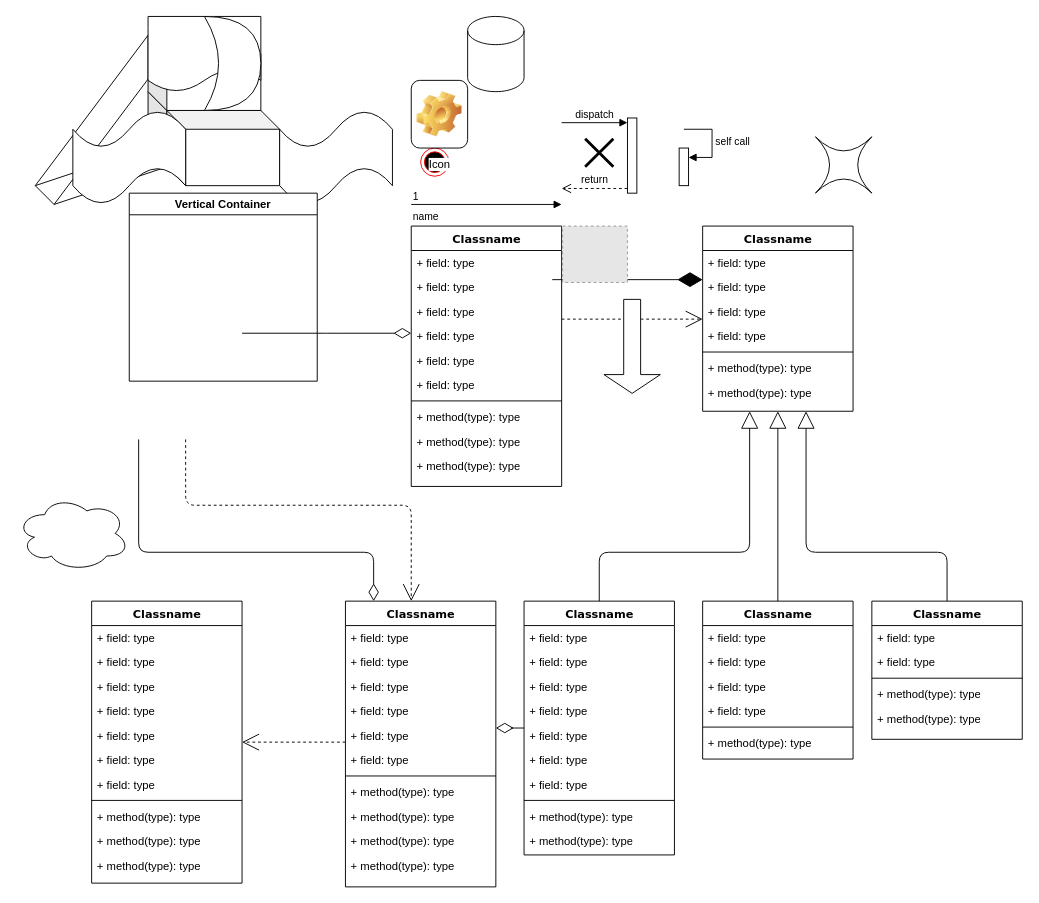
Earlier version of the draw.io diagram 前端学习笔记/未命名绘图.drawio (yesisee/.net-). Source tidied: cells renumbered, new cells numbered last; positions are measured from the earlier drawing's top-left corner, leaving out a move shared by most shapes. Both pictures are drawn from the tidied source at 94%, with x=0, y=0 at pixel (16, 16). Pictures stored in the file or linked from it are replaced by grey dashed boxes.
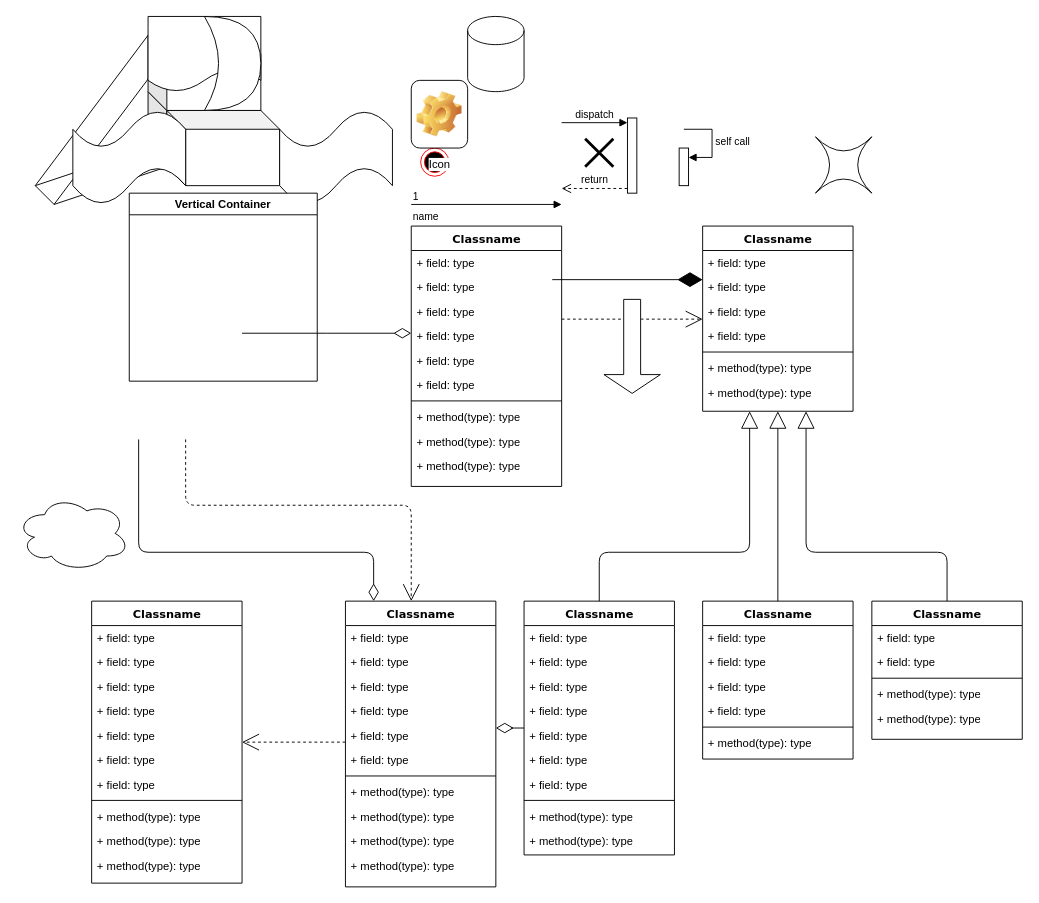
The same page after the edit.

Commit message (it also covers changes not shown here):
更新未命名绘图.drawio

Change to the diagram source:
```diff
@@
-    <mxCell id="106" style="fillColor=#E6E6E6;strokeColor=#999999;dashed=1;html=1;verticalLabelPosition=bottom;verticalAlign=top;" parent="1" vertex="1">
-      <mxGeometry x="581" y="223" width="69" height="60" as="geometry" />
-    </mxCell>
```
